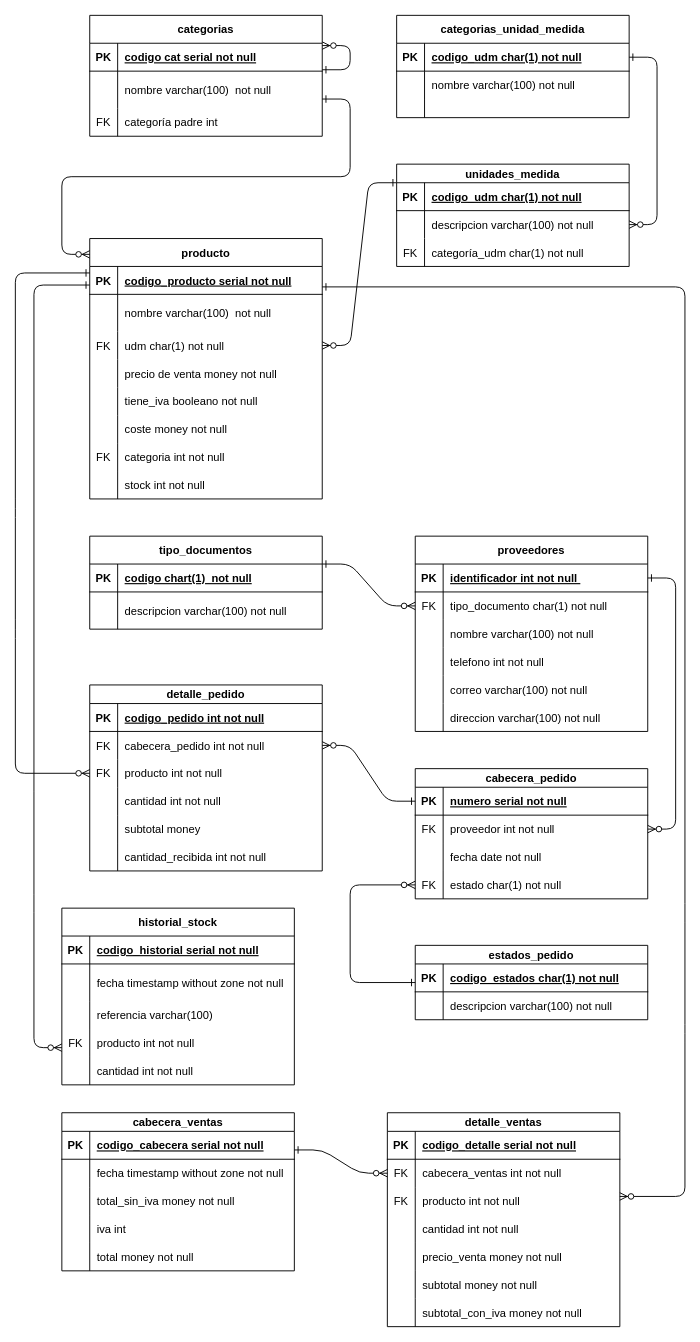
Before: Diagramas/Relacion.drawio in AndreaCastro2004/bdd, a draw.io diagram. Source tidied: cells renumbered, new cells numbered last; positions are measured from the earlier drawing's top-left corner, leaving out a move shared by most shapes. Both pictures are drawn from the tidied source at 93%, with x=0, y=0 at pixel (-18, 15).
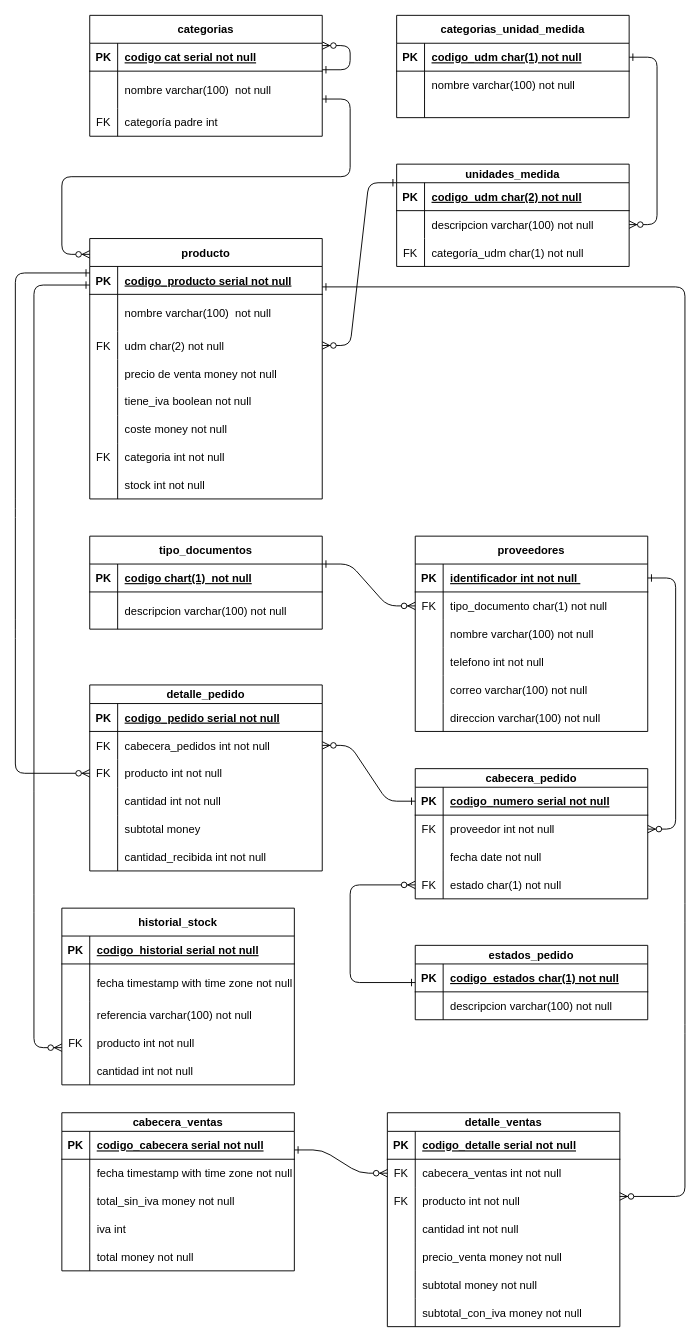
The same diagram, later.

Unchanged cells that the change refers to:
```xml
<mxCell id="14" style="shape=partialRectangle;fillColor=none;points=[[0,0.5],[1,0.5]];portConstraint=eastwest;top=0;left=0;right=0;bottom=1;" parent="13" vertex="1">
  <mxGeometry y="20" width="250" height="30" as="geometry" />
</mxCell>
<mxCell id="41" style="shape=partialRectangle;fillColor=none;points=[[0,0.5],[1,0.5]];portConstraint=eastwest;top=0;left=0;right=0;bottom=0;" parent="34" vertex="1">
  <mxGeometry y="100" width="250" height="30" as="geometry" />
</mxCell>
<mxCell id="47" style="shape=partialRectangle;fillColor=none;top=0;left=0;right=0;bottom=0;" parent="34" vertex="1">
  <mxGeometry y="160" width="250" height="30" as="geometry" />
</mxCell>
<mxCell id="89" style="shape=partialRectangle;fillColor=none;points=[[0,0.5],[1,0.5]];portConstraint=eastwest;top=0;left=0;right=0;bottom=1;" parent="88" vertex="1">
  <mxGeometry y="20" width="250" height="30" as="geometry" />
</mxCell>
<mxCell id="103" style="shape=partialRectangle;fillColor=none;top=0;left=0;right=0;bottom=1;" parent="102" vertex="1">
  <mxGeometry y="20" width="250" height="30" as="geometry" />
</mxCell>
<mxCell id="106" style="shape=partialRectangle;fillColor=none;points=[[0,0.5],[1,0.5]];portConstraint=eastwest;top=0;left=0;right=0;bottom=0;" parent="102" vertex="1">
  <mxGeometry y="50" width="250" height="30" as="geometry" />
</mxCell>
<mxCell id="126" style="shape=partialRectangle;fillColor=none;top=0;left=0;right=0;bottom=0;" parent="122" vertex="1">
  <mxGeometry y="60" width="250" height="40" as="geometry" />
</mxCell>
<mxCell id="129" style="shape=partialRectangle;fillColor=none;top=0;left=0;right=0;bottom=0;" parent="122" vertex="1">
  <mxGeometry y="100" width="250" height="30" as="geometry" />
</mxCell>
<mxCell id="152" style="shape=partialRectangle;fillColor=none;top=0;left=0;right=0;bottom=0;" parent="148" vertex="1">
  <mxGeometry y="50" width="250" height="30" as="geometry" />
</mxCell>
```

Diff of the diagram source:
```diff
@@
-    <mxCell id="16" value="codigo_udm char(1) not null" style="shape=partialRectangle;overflow=hidden;fillColor=none;top=0;left=0;bottom=0;right=0;align=left;spacingLeft=6;fontStyle=5;" parent="14" vertex="1">
+    <mxCell id="16" value="codigo_udm char(2) not null" style="shape=partialRectangle;overflow=hidden;fillColor=none;top=0;left=0;bottom=0;right=0;align=left;spacingLeft=6;fontStyle=5;" parent="14" vertex="1">
       <mxGeometry x="30" width="220" height="30" as="geometry" />
     </mxCell>
@@
-    <mxCell id="43" value="udm char(1) not null" style="shape=partialRectangle;overflow=hidden;fillColor=none;top=0;left=0;bottom=0;right=0;align=left;spacingLeft=6;" parent="41" vertex="1">
+    <mxCell id="43" value="udm char(2) not null" style="shape=partialRectangle;overflow=hidden;fillColor=none;top=0;left=0;bottom=0;right=0;align=left;spacingLeft=6;" parent="41" vertex="1">
       <mxGeometry x="30" width="220" height="30" as="geometry" />
     </mxCell>
@@
-    <mxCell id="49" value="tiene_iva booleano not null" style="shape=partialRectangle;overflow=hidden;fillColor=none;top=0;left=0;bottom=0;right=0;align=left;spacingLeft=6;" parent="47" vertex="1">
+    <mxCell id="49" value="tiene_iva boolean not null" style="shape=partialRectangle;overflow=hidden;fillColor=none;top=0;left=0;bottom=0;right=0;align=left;spacingLeft=6;" parent="47" vertex="1">
       <mxGeometry x="30" width="220" height="30" as="geometry" />
     </mxCell>
@@
-    <mxCell id="91" value="numero serial not null" style="shape=partialRectangle;overflow=hidden;fillColor=none;top=0;left=0;bottom=0;right=0;align=left;spacingLeft=6;fontStyle=5;" parent="89" vertex="1">
+    <mxCell id="91" value="codigo_numero serial not null" style="shape=partialRectangle;overflow=hidden;fillColor=none;top=0;left=0;bottom=0;right=0;align=left;spacingLeft=6;fontStyle=5;" parent="89" vertex="1">
       <mxGeometry x="30" width="220" height="30" as="geometry" />
     </mxCell>
@@
-    <mxCell id="105" value="codigo_pedido int not null" style="shape=partialRectangle;overflow=hidden;fillColor=none;top=0;left=0;bottom=0;right=0;align=left;spacingLeft=6;fontStyle=5;" parent="103" vertex="1">
+    <mxCell id="105" value="codigo_pedido serial not null" style="shape=partialRectangle;overflow=hidden;fillColor=none;top=0;left=0;bottom=0;right=0;align=left;spacingLeft=6;fontStyle=5;" parent="103" vertex="1">
       <mxGeometry x="30" width="220" height="30" as="geometry" />
     </mxCell>
@@
-    <mxCell id="108" value="cabecera_pedido int not null" style="shape=partialRectangle;overflow=hidden;fillColor=none;top=0;left=0;bottom=0;right=0;align=left;spacingLeft=6;" parent="106" vertex="1">
+    <mxCell id="108" value="cabecera_pedidos int not null" style="shape=partialRectangle;overflow=hidden;fillColor=none;top=0;left=0;bottom=0;right=0;align=left;spacingLeft=6;" parent="106" vertex="1">
       <mxGeometry x="30" width="220" height="30" as="geometry" />
     </mxCell>
@@
-    <mxCell id="128" value="fecha timestamp without zone not null" style="shape=partialRectangle;overflow=hidden;fillColor=none;top=0;left=0;bottom=0;right=0;align=left;spacingLeft=6;" parent="126" vertex="1">
+    <mxCell id="128" value="fecha timestamp with time zone not null" style="shape=partialRectangle;overflow=hidden;fillColor=none;top=0;left=0;bottom=0;right=0;align=left;spacingLeft=6;" parent="126" vertex="1">
       <mxGeometry x="30" width="220" height="40" as="geometry" />
     </mxCell>
@@
-    <mxCell id="131" value="referencia varchar(100)" style="shape=partialRectangle;overflow=hidden;fillColor=none;top=0;left=0;bottom=0;right=0;align=left;spacingLeft=6;" parent="129" vertex="1">
+    <mxCell id="131" value="referencia varchar(100) not null" style="shape=partialRectangle;overflow=hidden;fillColor=none;top=0;left=0;bottom=0;right=0;align=left;spacingLeft=6;" parent="129" vertex="1">
       <mxGeometry x="30" width="220" height="30" as="geometry" />
     </mxCell>
@@
-    <mxCell id="154" value="fecha timestamp without zone not null " style="shape=partialRectangle;overflow=hidden;fillColor=none;top=0;left=0;bottom=0;right=0;align=left;spacingLeft=6;" parent="152" vertex="1">
+    <mxCell id="154" value="fecha timestamp with time zone not null " style="shape=partialRectangle;overflow=hidden;fillColor=none;top=0;left=0;bottom=0;right=0;align=left;spacingLeft=6;" parent="152" vertex="1">
       <mxGeometry x="30" width="220" height="30" as="geometry" />
     </mxCell>
```
